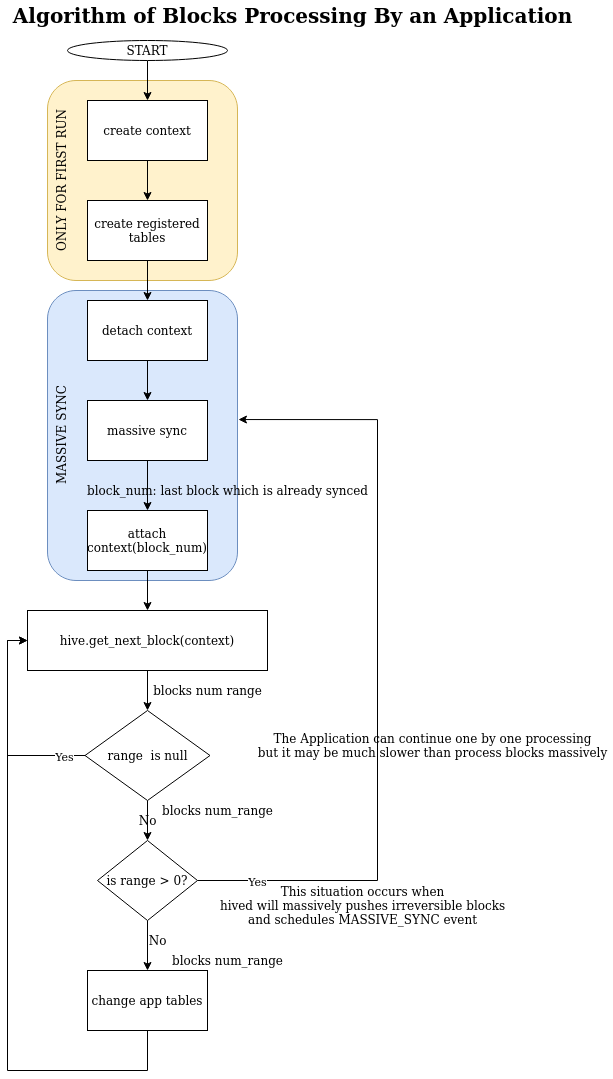
Earlier version of the draw.io export src/hive_fork/doc/evq_app_process_block.png (openhive-network/HAfAH). Source tidied: cells renumbered, new cells last; positions are measured from the earlier drawing's top-left corner, leaving out a move shared by most shapes.
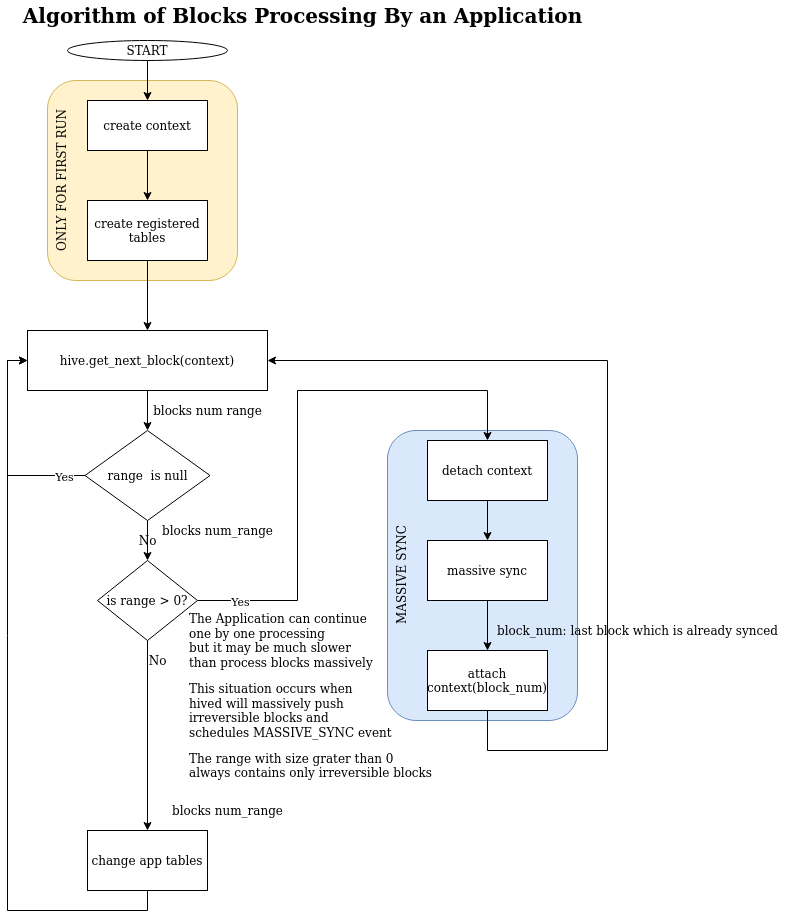
Later version of the same file.

Diff of the diagram source:
```diff
@@ -3,55 +3,61 @@
     <mxCell id="0" />
     <mxCell id="1" parent="0" />
     <mxCell id="2" value="MASSIVE SYNC" style="rounded=1;html=1;fontSize=12;align=center;fillColor=#dae8fc;strokeColor=#6c8ebf;horizontal=0;verticalAlign=top;" parent="1" vertex="1">
-      <mxGeometry x="40" y="290" width="190" height="290" as="geometry" />
+      <mxGeometry x="370" y="430" width="190" height="290" as="geometry" />
     </mxCell>
     <mxCell id="3" value="ONLY FOR FIRST RUN" style="rounded=1;whiteSpace=wrap;html=1;fillColor=#fff2cc;strokeColor=#d6b656;verticalAlign=top;horizontal=0;" parent="1" vertex="1">
-      <mxGeometry x="40" y="80" width="190" height="200" as="geometry" />
+      <mxGeometry x="30" y="80" width="190" height="200" as="geometry" />
     </mxCell>
     <mxCell id="4" style="edgeStyle=orthogonalEdgeStyle;rounded=0;jettySize=auto;html=1;exitX=0.5;exitY=1;exitDx=0;exitDy=0;" parent="1" edge="1" source="5" target="7">
       <mxGeometry relative="1" as="geometry" />
     </mxCell>
     <mxCell id="5" value="START" style="ellipse;whiteSpace=wrap;html=1;" parent="1" vertex="1">
-      <mxGeometry x="60" y="40" width="160" height="20" as="geometry" />
+      <mxGeometry x="50" y="40" width="160" height="20" as="geometry" />
     </mxCell>
     <mxCell id="6" style="edgeStyle=orthogonalEdgeStyle;rounded=0;jettySize=auto;html=1;exitX=0.5;exitY=1;exitDx=0;exitDy=0;entryX=0.5;entryY=0;entryDx=0;entryDy=0;" parent="1" edge="1" source="7" target="9">
       <mxGeometry relative="1" as="geometry" />
     </mxCell>
     <mxCell id="7" value="create context" style="rounded=0;whiteSpace=wrap;html=1;" parent="1" vertex="1">
-      <mxGeometry x="80" y="100" width="120" height="60" as="geometry" />
+      <mxGeometry x="70" y="100" width="120" height="50" as="geometry" />
     </mxCell>
-    <mxCell id="8" style="edgeStyle=orthogonalEdgeStyle;rounded=0;jettySize=auto;html=1;exitX=0.5;exitY=1;exitDx=0;exitDy=0;entryX=0.5;entryY=0;entryDx=0;entryDy=0;" parent="1" edge="1" source="9" target="11">
-      <mxGeometry relative="1" as="geometry" />
-    </mxCell>
+    <mxCell id="37" style="edgeStyle=orthogonalEdgeStyle;rounded=0;jettySize=auto;html=1;exitX=0.5;exitY=1;exitDx=0;exitDy=0;entryX=0.5;entryY=0;entryDx=0;entryDy=0;" parent="1" edge="1" source="9" target="18">
+      <mxGeometry relative="1" as="geometry" />
+    </mxCell>
     <mxCell id="9" value="create registered tables" style="rounded=0;whiteSpace=wrap;html=1;" parent="1" vertex="1">
-      <mxGeometry x="80" y="200" width="120" height="60" as="geometry" />
+      <mxGeometry x="70" y="200" width="120" height="60" as="geometry" />
     </mxCell>
     <mxCell id="10" style="edgeStyle=orthogonalEdgeStyle;rounded=0;jettySize=auto;html=1;exitX=0.5;exitY=1;exitDx=0;exitDy=0;entryX=0.5;entryY=0;entryDx=0;entryDy=0;" parent="1" edge="1" source="11" target="13">
       <mxGeometry relative="1" as="geometry" />
     </mxCell>
     <mxCell id="11" value="detach context" style="rounded=0;whiteSpace=wrap;html=1;" parent="1" vertex="1">
-      <mxGeometry x="80" y="300" width="120" height="60" as="geometry" />
+      <mxGeometry x="410" y="440" width="120" height="60" as="geometry" />
     </mxCell>
     <mxCell id="12" style="edgeStyle=orthogonalEdgeStyle;rounded=0;jettySize=auto;html=1;exitX=0.5;exitY=1;exitDx=0;exitDy=0;entryX=0.5;entryY=0;entryDx=0;entryDy=0;" parent="1" edge="1" source="13" target="15">
       <mxGeometry relative="1" as="geometry" />
     </mxCell>
     <mxCell id="13" value="massive sync" style="rounded=0;whiteSpace=wrap;html=1;" parent="1" vertex="1">
-      <mxGeometry x="80" y="400" width="120" height="60" as="geometry" />
+      <mxGeometry x="410" y="540" width="120" height="60" as="geometry" />
     </mxCell>
-    <mxCell id="14" style="edgeStyle=orthogonalEdgeStyle;rounded=0;jettySize=auto;html=1;exitX=0.5;exitY=1;exitDx=0;exitDy=0;" parent="1" edge="1" source="15" target="18">
-      <mxGeometry relative="1" as="geometry" />
+    <mxCell id="14" style="edgeStyle=orthogonalEdgeStyle;rounded=0;jettySize=auto;html=1;exitX=0.5;exitY=1;exitDx=0;exitDy=0;entryX=1;entryY=0.5;entryDx=0;entryDy=0;" parent="1" edge="1" source="15" target="18">
+      <mxGeometry relative="1" as="geometry">
+        <Array as="points">
+          <mxPoint x="470" y="750" />
+          <mxPoint x="590" y="750" />
+          <mxPoint x="590" y="360" />
+        </Array>
+      </mxGeometry>
     </mxCell>
     <mxCell id="15" value="attach context(block_num)" style="rounded=0;whiteSpace=wrap;html=1;" parent="1" vertex="1">
-      <mxGeometry x="80" y="510" width="120" height="60" as="geometry" />
+      <mxGeometry x="410" y="650" width="120" height="60" as="geometry" />
     </mxCell>
     <mxCell id="16" value="block_num: last block which is already synced" style="text;html=1;align=center;verticalAlign=middle;strokeColor=none;" parent="1" vertex="1">
-      <mxGeometry x="70" y="480" width="300" height="20" as="geometry" />
+      <mxGeometry x="470" y="620" width="300" height="20" as="geometry" />
     </mxCell>
     <mxCell id="17" style="edgeStyle=orthogonalEdgeStyle;rounded=0;jettySize=auto;html=1;exitX=0.5;exitY=1;exitDx=0;exitDy=0;entryX=0.5;entryY=0;entryDx=0;entryDy=0;" parent="1" edge="1" source="18" target="22">
       <mxGeometry relative="1" as="geometry" />
     </mxCell>
     <mxCell id="18" value="hive.get_next_block(context)" style="rounded=0;whiteSpace=wrap;html=1;" parent="1" vertex="1">
-      <mxGeometry x="20" y="610" width="240" height="60" as="geometry" />
+      <mxGeometry x="10" y="330" width="240" height="60" as="geometry" />
     </mxCell>
     <mxCell id="19" style="edgeStyle=orthogonalEdgeStyle;rounded=0;jettySize=auto;html=1;exitX=0;exitY=0.5;exitDx=0;exitDy=0;entryX=0;entryY=0.5;entryDx=0;entryDy=0;" parent="1" edge="1" source="22" target="18">
       <mxGeometry relative="1" as="geometry" />
@@ -65,25 +71,25 @@
       <mxGeometry relative="1" as="geometry" />
     </mxCell>
     <mxCell id="22" value="range&amp;nbsp; is null " style="rhombus;whiteSpace=wrap;html=1;" parent="1" vertex="1">
-      <mxGeometry x="77.5" y="710" width="125" height="90" as="geometry" />
+      <mxGeometry x="67.5" y="430" width="125" height="90" as="geometry" />
     </mxCell>
     <mxCell id="23" value="blocks num range" style="text;html=1;align=center;verticalAlign=middle;strokeColor=none;" parent="1" vertex="1">
-      <mxGeometry x="140" y="680" width="120" height="20" as="geometry" />
+      <mxGeometry x="130" y="400" width="120" height="20" as="geometry" />
     </mxCell>
     <mxCell id="24" style="edgeStyle=orthogonalEdgeStyle;rounded=0;jettySize=auto;html=1;exitX=0.5;exitY=1;exitDx=0;exitDy=0;entryX=0;entryY=0.5;entryDx=0;entryDy=0;" parent="1" edge="1" source="25" target="18">
       <mxGeometry relative="1" as="geometry">
         <Array as="points">
-          <mxPoint x="140" y="1070" />
-          <mxPoint y="1070" />
-          <mxPoint y="640" />
+          <mxPoint x="130" y="910" />
+          <mxPoint x="-10" y="910" />
+          <mxPoint x="-10" y="360" />
         </Array>
       </mxGeometry>
     </mxCell>
     <mxCell id="25" value="change app tables" style="rounded=0;whiteSpace=wrap;html=1;" parent="1" vertex="1">
-      <mxGeometry x="80" y="970" width="120" height="60" as="geometry" />
+      <mxGeometry x="70" y="830" width="120" height="60" as="geometry" />
     </mxCell>
     <mxCell id="26" value="blocks num_range" style="text;html=1;align=center;verticalAlign=middle;strokeColor=none;" parent="1" vertex="1">
-      <mxGeometry x="145" y="800" width="130" height="20" as="geometry" />
+      <mxGeometry x="135" y="520" width="130" height="20" as="geometry" />
     </mxCell>
     <mxCell id="27" value="Algorithm of Blocks Processing By an Application" style="text;html=1;align=center;verticalAlign=middle;strokeColor=none;fontStyle=1;fontSize=20;" parent="1" vertex="1">
       <mxGeometry width="570" height="30" as="geometry" />
@@ -91,11 +97,12 @@
     <mxCell id="28" style="edgeStyle=orthogonalEdgeStyle;rounded=0;jettySize=auto;html=1;exitX=0.5;exitY=1;exitDx=0;exitDy=0;entryX=0.5;entryY=0;entryDx=0;entryDy=0;" parent="1" edge="1" source="31" target="25">
       <mxGeometry relative="1" as="geometry" />
     </mxCell>
-    <mxCell id="29" style="edgeStyle=orthogonalEdgeStyle;rounded=0;jettySize=auto;html=1;exitX=1;exitY=0.5;exitDx=0;exitDy=0;entryX=1.005;entryY=0.445;entryDx=0;entryDy=0;entryPerimeter=0;" parent="1" edge="1" source="31" target="2">
+    <mxCell id="29" style="edgeStyle=orthogonalEdgeStyle;rounded=0;jettySize=auto;html=1;exitX=1;exitY=0.5;exitDx=0;exitDy=0;entryX=0.5;entryY=0;entryDx=0;entryDy=0;" parent="1" edge="1" source="31" target="11">
       <mxGeometry relative="1" as="geometry">
         <Array as="points">
-          <mxPoint x="370" y="880" />
-          <mxPoint x="370" y="419" />
+          <mxPoint x="280" y="600" />
+          <mxPoint x="280" y="390" />
+          <mxPoint x="470" y="390" />
         </Array>
       </mxGeometry>
     </mxCell>
@@ -103,22 +110,25 @@
       <mxGeometry x="-0.85" relative="1" as="geometry" />
     </mxCell>
     <mxCell id="31" value="is range &amp;gt; 0?" style="rhombus;whiteSpace=wrap;html=1;" parent="1" vertex="1">
-      <mxGeometry x="90" y="840" width="100" height="80" as="geometry" />
+      <mxGeometry x="80" y="560" width="100" height="80" as="geometry" />
     </mxCell>
     <mxCell id="32" value="No" style="text;html=1;align=center;verticalAlign=middle;strokeColor=none;" parent="1" vertex="1">
-      <mxGeometry x="135" y="930" width="30" height="20" as="geometry" />
+      <mxGeometry x="125" y="650" width="30" height="20" as="geometry" />
     </mxCell>
-    <mxCell id="33" value="&lt;div&gt;The Application can continue one by one processing&lt;/div&gt;&lt;div&gt;but it may be much slower than process blocks massively&lt;br&gt;&lt;/div&gt;" style="text;html=1;align=center;verticalAlign=middle;strokeColor=none;" parent="1" vertex="1">
-      <mxGeometry x="245" y="730" width="360" height="30" as="geometry" />
+    <mxCell id="33" value="&lt;div&gt;The Application can continue&lt;/div&gt;&lt;div&gt; one by one processing&lt;/div&gt;&lt;div&gt;but it may be much slower&lt;/div&gt;&lt;div&gt; than process blocks massively&lt;br&gt;&lt;/div&gt;" style="text;html=1;align=left;verticalAlign=middle;strokeColor=none;" parent="1" vertex="1">
+      <mxGeometry x="170" y="610" width="200" height="60" as="geometry" />
     </mxCell>
     <mxCell id="34" value="No" style="text;html=1;align=center;verticalAlign=middle;strokeColor=none;" parent="1" vertex="1">
-      <mxGeometry x="125" y="810" width="30" height="20" as="geometry" />
+      <mxGeometry x="115" y="530" width="30" height="20" as="geometry" />
     </mxCell>
     <mxCell id="35" value="blocks num_range" style="text;html=1;align=center;verticalAlign=middle;strokeColor=none;" parent="1" vertex="1">
-      <mxGeometry x="155" y="950" width="130" height="20" as="geometry" />
+      <mxGeometry x="145" y="800" width="130" height="20" as="geometry" />
     </mxCell>
-    <mxCell id="36" value="&lt;div&gt;This situation occurs when&lt;/div&gt;&lt;div&gt;hived will massively pushes irreversible blocks &lt;br&gt;&lt;/div&gt;&lt;div&gt;and schedules MASSIVE_SYNC event&lt;br&gt;&lt;/div&gt;" style="text;html=1;align=center;verticalAlign=middle;strokeColor=none;" parent="1" vertex="1">
-      <mxGeometry x="205" y="880" width="300" height="50" as="geometry" />
+    <mxCell id="36" value="&lt;div&gt;This situation occurs when&lt;/div&gt;&lt;div&gt;hived will massively push&lt;/div&gt;&lt;div&gt; irreversible blocks and&lt;/div&gt;&lt;div&gt;schedules MASSIVE_SYNC event&lt;br&gt;&lt;/div&gt;" style="text;html=1;align=left;verticalAlign=middle;strokeColor=none;" parent="1" vertex="1">
+      <mxGeometry x="170" y="680" width="220" height="60" as="geometry" />
     </mxCell>
+    <mxCell id="38" value="&lt;div&gt;The range with size grater than 0&lt;/div&gt;&lt;div&gt; always contains only irreversible blocks &lt;/div&gt;" style="text;html=1;align=left;verticalAlign=middle;strokeColor=none;" parent="1" vertex="1">
+      <mxGeometry x="170" y="750" width="260" height="30" as="geometry" />
+    </mxCell>
   </root>
 </mxGraphModel>
```
